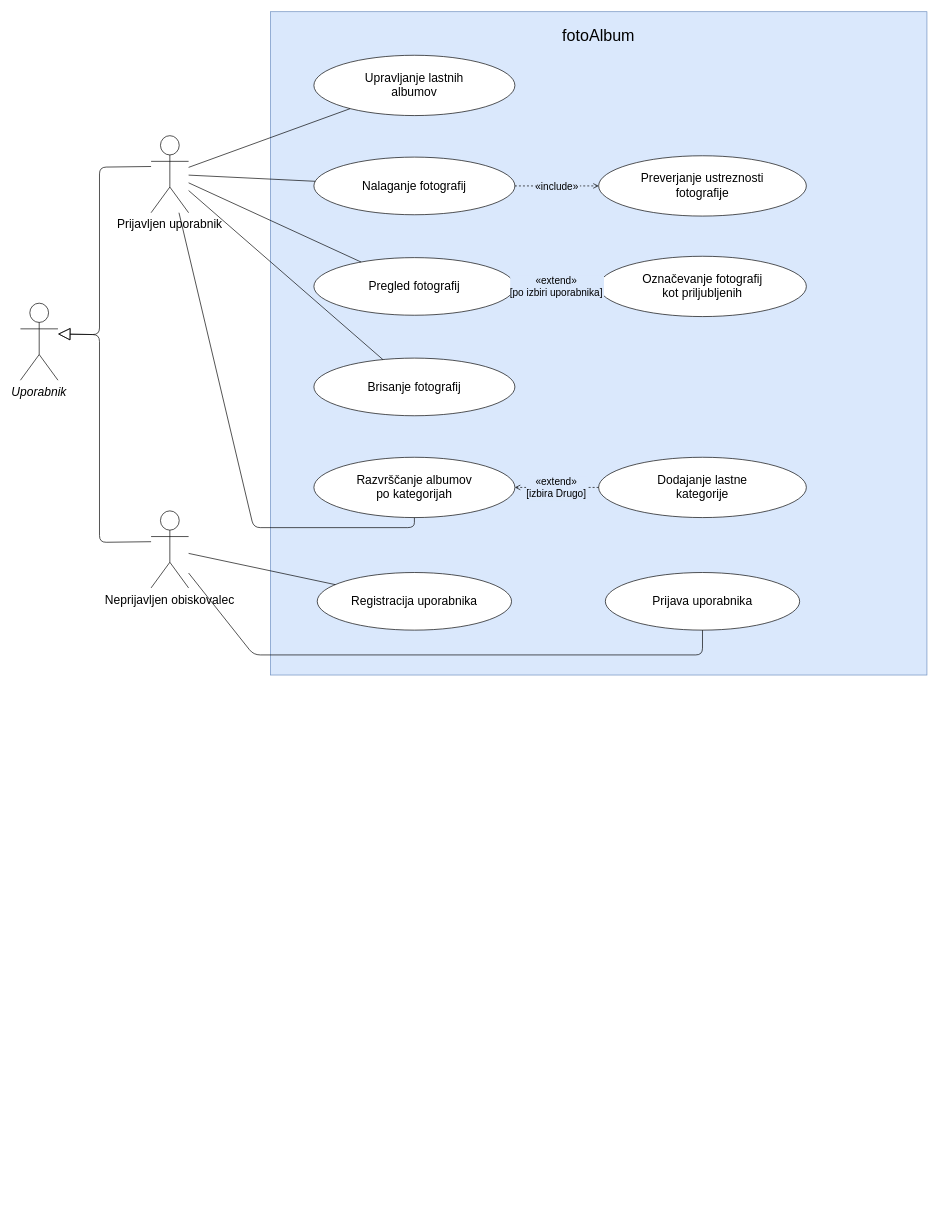
klemenpotocnik/fotoAlbum keeps this draw.io diagram as docs/diagram-primerov-uporabe.drawio. Above is the earlier version. Source tidied: cells renumbered, new cells numbered last; positions are measured from the earlier drawing's top-left corner, leaving out a move shared by most shapes. Both pictures are drawn from the tidied source at 67%, with x=0, y=0 at pixel (20, 11).
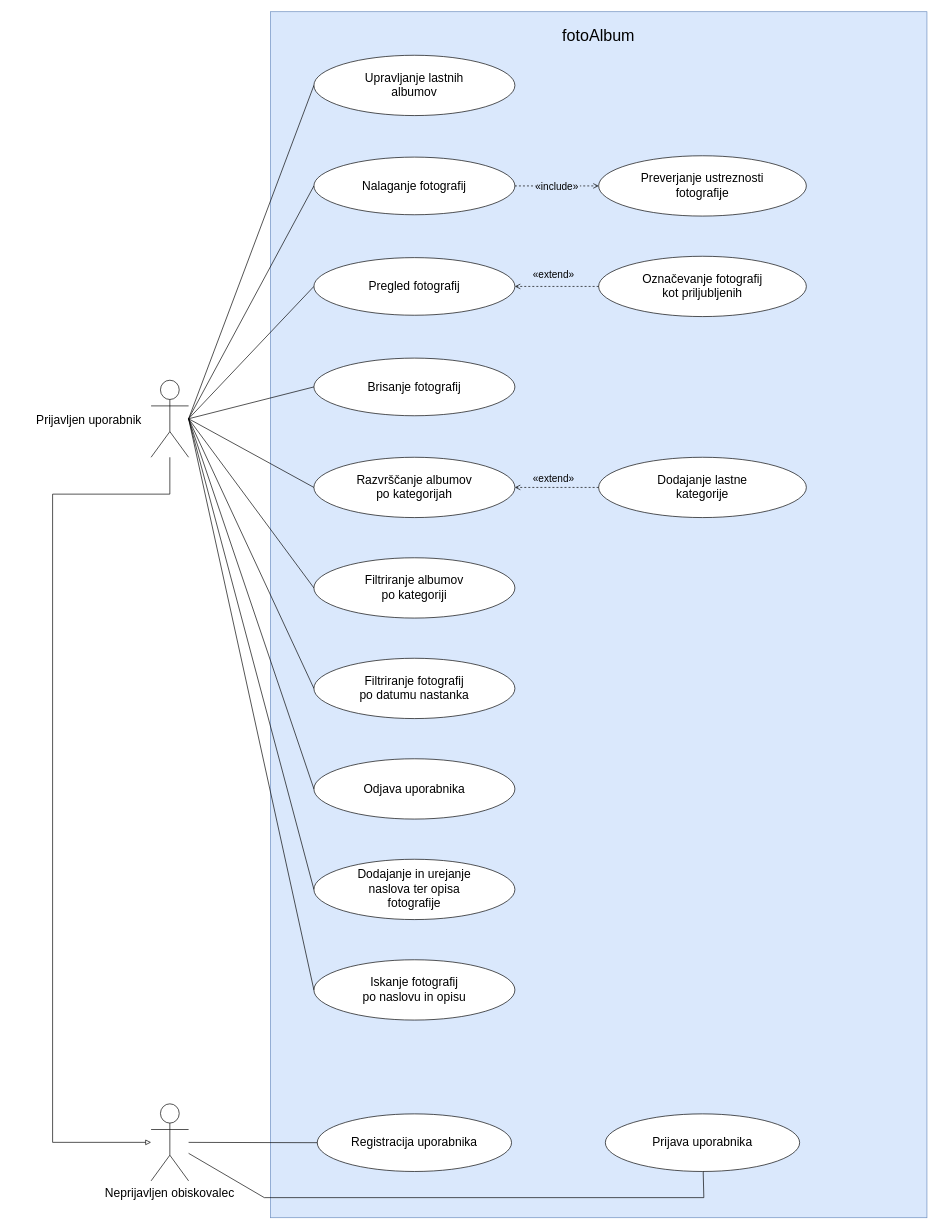
After the change.

Unchanged cells that the change refers to:
```xml
<mxCell id="8" value="Razvrščanje albumov&#10;po kategorijah" style="ellipse;whiteSpace=wrap;html=0;fillColor=#ffffff;strokeColor=#000000;fontSize=18;" parent="1" vertex="1">
  <mxGeometry x="438" y="665" width="300" height="90" as="geometry" />
</mxCell>
<mxCell id="9" value="Upravljanje lastnih&#10;albumov" style="ellipse;whiteSpace=wrap;html=0;fillColor=#ffffff;strokeColor=#000000;fontSize=18;" parent="1" vertex="1">
  <mxGeometry x="438" y="65" width="300" height="90" as="geometry" />
</mxCell>
<mxCell id="10" value="Nalaganje fotografij" style="ellipse;whiteSpace=wrap;html=0;fillColor=#ffffff;strokeColor=#000000;fontSize=18;" parent="1" vertex="1">
  <mxGeometry x="438" y="217" width="300" height="86" as="geometry" />
</mxCell>
<mxCell id="12" value="Pregled fotografij" style="ellipse;whiteSpace=wrap;html=0;fillColor=#ffffff;strokeColor=#000000;fontSize=18;" parent="1" vertex="1">
  <mxGeometry x="438" y="367" width="300" height="86" as="geometry" />
</mxCell>
<mxCell id="13" value="Označevanje fotografij&#10;kot priljubljenih" style="ellipse;whiteSpace=wrap;html=0;fillColor=#ffffff;strokeColor=#000000;fontSize=18;" parent="1" vertex="1">
  <mxGeometry x="863" y="365" width="310" height="90" as="geometry" />
</mxCell>
<mxCell id="14" value="Brisanje fotografij" style="ellipse;whiteSpace=wrap;html=0;fillColor=#ffffff;strokeColor=#000000;fontSize=18;" parent="1" vertex="1">
  <mxGeometry x="438" y="517" width="300" height="86" as="geometry" />
</mxCell>
<mxCell id="15" value="Dodajanje lastne&#10;kategorije" style="ellipse;whiteSpace=wrap;html=0;fillColor=#ffffff;strokeColor=#000000;fontSize=18;" parent="1" vertex="1">
  <mxGeometry x="863" y="665" width="310" height="90" as="geometry" />
</mxCell>
```

Diff of the diagram source:
```diff
@@
     <mxCell id="2" value="fotoAlbum" style="rounded=0;fillColor=#dae8fc;strokeColor=#6c8ebf;verticalAlign=top;align=center;fontSize=24;spacingTop=14;" parent="1" vertex="1">
-      <mxGeometry x="373" width="980" height="990" as="geometry" />
+      <mxGeometry x="373" width="980" height="1800" as="geometry" />
     </mxCell>
-    <mxCell id="3" value="Prijavljen uporabnik" style="shape=umlActor;verticalLabelPosition=bottom;verticalAlign=top;align=center;fontSize=18;" parent="1" vertex="1">
-      <mxGeometry x="195" y="185" width="56" height="115" as="geometry" />
+    <mxCell id="3" value="Prijavljen uporabnik" style="shape=umlActor;verticalLabelPosition=middle;verticalAlign=middle;labelPosition=left;align=right;spacingRight=12;fontSize=18;" parent="1" vertex="1">
+      <mxGeometry x="195" y="550" width="56" height="115" as="geometry" />
     </mxCell>
     <mxCell id="4" value="Neprijavljen obiskovalec" style="shape=umlActor;verticalLabelPosition=bottom;verticalAlign=top;align=center;fontSize=18;" parent="1" vertex="1">
-      <mxGeometry x="195" y="745" width="56" height="115" as="geometry" />
+      <mxGeometry x="195" y="1630" width="56" height="115" as="geometry" />
     </mxCell>
-    <mxCell id="5" value="Uporabnik" style="shape=umlActor;verticalLabelPosition=bottom;verticalAlign=top;align=center;fontSize=18;fontStyle=2;" parent="1" vertex="1">
-      <mxGeometry y="435" width="56" height="115" as="geometry" />
-    </mxCell>
     <mxCell id="6" value="Registracija uporabnika" style="ellipse;whiteSpace=wrap;html=0;fillColor=#ffffff;strokeColor=#000000;fontSize=18;" parent="1" vertex="1">
-      <mxGeometry x="443" y="837" width="290" height="86" as="geometry" />
+      <mxGeometry x="443" y="1645" width="290" height="86" as="geometry" />
     </mxCell>
     <mxCell id="7" value="Prijava uporabnika" style="ellipse;whiteSpace=wrap;html=0;fillColor=#ffffff;strokeColor=#000000;fontSize=18;" parent="1" vertex="1">
-      <mxGeometry x="873" y="837" width="290" height="86" as="geometry" />
+      <mxGeometry x="873" y="1645" width="290" height="86" as="geometry" />
     </mxCell>
@@
-    <mxCell id="16" style="endArrow=none;strokeColor=#000000;fontSize=15;labelBackgroundColor=#dae8fc;" parent="1" edge="1" source="3" target="9">
+    <mxCell id="16" style="endArrow=none;strokeColor=#000000;fontSize=15;labelBackgroundColor=#dae8fc;exitX=1;exitY=0.5;entryX=0;entryY=0.5;" parent="1" edge="1" source="3" target="9">
       <mxGeometry relative="1" as="geometry" />
     </mxCell>
-    <mxCell id="17" style="endArrow=none;strokeColor=#000000;fontSize=15;labelBackgroundColor=#dae8fc;" parent="1" edge="1" source="3" target="10">
+    <mxCell id="17" style="endArrow=none;strokeColor=#000000;fontSize=15;labelBackgroundColor=#dae8fc;exitX=1;exitY=0.5;entryX=0;entryY=0.5;" parent="1" edge="1" source="3" target="10">
       <mxGeometry relative="1" as="geometry" />
     </mxCell>
-    <mxCell id="18" style="endArrow=none;strokeColor=#000000;fontSize=15;labelBackgroundColor=#dae8fc;" parent="1" edge="1" source="3" target="12">
+    <mxCell id="18" style="endArrow=none;strokeColor=#000000;fontSize=15;labelBackgroundColor=#dae8fc;exitX=1;exitY=0.5;entryX=0;entryY=0.5;" parent="1" edge="1" source="3" target="12">
       <mxGeometry relative="1" as="geometry" />
     </mxCell>
-    <mxCell id="19" style="endArrow=none;strokeColor=#000000;fontSize=15;labelBackgroundColor=#dae8fc;" parent="1" edge="1" source="3" target="14">
+    <mxCell id="19" style="endArrow=none;strokeColor=#000000;fontSize=15;labelBackgroundColor=#dae8fc;exitX=1;exitY=0.5;entryX=0;entryY=0.5;" parent="1" edge="1" source="3" target="14">
       <mxGeometry relative="1" as="geometry" />
     </mxCell>
-    <mxCell id="20" style="endArrow=none;strokeColor=#000000;fontSize=15;labelBackgroundColor=#dae8fc;" parent="1" edge="1" source="3" target="8">
-      <mxGeometry relative="1" as="geometry">
-        <Array as="points">
-          <mxPoint x="348" y="770" />
-          <mxPoint x="588" y="770" />
-        </Array>
-      </mxGeometry>
+    <mxCell id="20" style="endArrow=none;strokeColor=#000000;fontSize=15;labelBackgroundColor=#dae8fc;exitX=1;exitY=0.5;entryX=0;entryY=0.5;" parent="1" edge="1" source="3" target="8">
+      <mxGeometry relative="1" as="geometry" />
     </mxCell>
@@
-    <mxCell id="22" style="endArrow=none;strokeColor=#000000;fontSize=15;labelBackgroundColor=#dae8fc;" parent="1" edge="1" source="4" target="7">
+    <mxCell id="22" style="endArrow=none;strokeColor=#000000;fontSize=15;labelBackgroundColor=#dae8fc;rounded=0;curved=0;" parent="1" edge="1" source="4" target="7">
       <mxGeometry relative="1" as="geometry">
         <Array as="points">
-          <mxPoint x="348" y="960" />
-          <mxPoint x="1018" y="960" />
+          <mxPoint x="364" y="1770" />
+          <mxPoint x="1020" y="1770" />
         </Array>
       </mxGeometry>
     </mxCell>
-    <mxCell id="23" style="endArrow=block;endFill=0;endSize=16;exitX=0;exitY=0.4;entryX=1;entryY=0.4;strokeColor=#000000;fontSize=15;labelBackgroundColor=#dae8fc;" parent="1" edge="1" source="3" target="5">
-      <mxGeometry relative="1" as="geometry">
-        <Array as="points">
-          <mxPoint x="118" y="232" />
-          <mxPoint x="118" y="482" />
-        </Array>
-      </mxGeometry>
-    </mxCell>
-    <mxCell id="24" style="endArrow=block;endFill=0;endSize=16;exitX=0;exitY=0.4;entryX=1;entryY=0.4;strokeColor=#000000;fontSize=15;labelBackgroundColor=#dae8fc;" parent="1" edge="1" source="4" target="5">
-      <mxGeometry relative="1" as="geometry">
-        <Array as="points">
-          <mxPoint x="118" y="792" />
-          <mxPoint x="118" y="482" />
-        </Array>
-      </mxGeometry>
-    </mxCell>
@@
-    <mxCell id="26" value="«extend»&#10;[po izbiri uporabnika]" style="endArrow=open;endFill=0;dashed=1;strokeColor=#000000;fontSize=15;labelBackgroundColor=#dae8fc;" parent="1" edge="1" source="13" target="12">
-      <mxGeometry relative="1" as="geometry" />
+    <mxCell id="26" value="«extend»" style="endArrow=open;endFill=0;dashed=1;strokeColor=#000000;fontSize=15;labelBackgroundColor=#dae8fc;" parent="1" edge="1" source="13" target="12">
+      <mxGeometry x="0.07" y="-18" relative="1" as="geometry" />
     </mxCell>
-    <mxCell id="27" value="«extend»&#10;[izbira Drugo]" style="endArrow=open;endFill=0;dashed=1;strokeColor=#000000;fontSize=15;labelBackgroundColor=#dae8fc;" parent="1" edge="1" source="15" target="8">
-      <mxGeometry relative="1" as="geometry" />
+    <mxCell id="27" value="«extend»" style="endArrow=open;endFill=0;dashed=1;strokeColor=#000000;fontSize=15;labelBackgroundColor=#dae8fc;" parent="1" edge="1" source="15" target="8">
+      <mxGeometry x="0.07" y="-14" relative="1" as="geometry" />
     </mxCell>
+    <mxCell id="28" value="Filtriranje albumov&#10;po kategoriji" style="ellipse;whiteSpace=wrap;html=0;fillColor=#ffffff;strokeColor=#000000;fontSize=18;" parent="1" vertex="1">
+      <mxGeometry x="438" y="815" width="300" height="90" as="geometry" />
+    </mxCell>
+    <mxCell id="29" style="endArrow=none;strokeColor=#000000;fontSize=15;labelBackgroundColor=#dae8fc;exitX=1;exitY=0.5;entryX=0;entryY=0.5;" parent="1" edge="1" source="3" target="28">
+      <mxGeometry relative="1" as="geometry" />
+    </mxCell>
+    <mxCell id="30" value="Filtriranje fotografij&#10;po datumu nastanka" style="ellipse;whiteSpace=wrap;html=0;fillColor=#ffffff;strokeColor=#000000;fontSize=18;" parent="1" vertex="1">
+      <mxGeometry x="438" y="965" width="300" height="90" as="geometry" />
+    </mxCell>
+    <mxCell id="31" style="endArrow=none;strokeColor=#000000;fontSize=15;labelBackgroundColor=#dae8fc;exitX=1;exitY=0.5;entryX=0;entryY=0.5;" parent="1" edge="1" source="3" target="30">
+      <mxGeometry relative="1" as="geometry" />
+    </mxCell>
+    <mxCell id="32" value="Odjava uporabnika" style="ellipse;whiteSpace=wrap;html=0;fillColor=#ffffff;strokeColor=#000000;fontSize=18;" parent="1" vertex="1">
+      <mxGeometry x="438" y="1115" width="300" height="90" as="geometry" />
+    </mxCell>
+    <mxCell id="33" style="endArrow=none;strokeColor=#000000;fontSize=15;labelBackgroundColor=#dae8fc;exitX=1;exitY=0.5;entryX=0;entryY=0.5;" parent="1" edge="1" source="3" target="32">
+      <mxGeometry relative="1" as="geometry" />
+    </mxCell>
+    <mxCell id="34" style="endArrow=block;endFill=0;dashed=0;strokeColor=#000000;exitX=0.5;exitY=1;entryX=0;entryY=0.5;rounded=0;" parent="1" edge="1" source="3" target="4">
+      <mxGeometry relative="1" as="geometry">
+        <Array as="points">
+          <mxPoint x="223" y="720" />
+          <mxPoint x="48" y="720" />
+          <mxPoint x="48" y="1687.5" />
+        </Array>
+      </mxGeometry>
+    </mxCell>
+    <mxCell id="35" value="Dodajanje in urejanje&#10;naslova ter opisa&#10;fotografije" style="ellipse;whiteSpace=wrap;html=0;fillColor=#ffffff;strokeColor=#000000;fontSize=18;" parent="1" vertex="1">
+      <mxGeometry x="438" y="1265" width="300" height="90" as="geometry" />
+    </mxCell>
+    <mxCell id="36" style="endArrow=none;strokeColor=#000000;fontSize=15;labelBackgroundColor=#dae8fc;exitX=1;exitY=0.5;entryX=0;entryY=0.5;" parent="1" edge="1" source="3" target="35">
+      <mxGeometry relative="1" as="geometry" />
+    </mxCell>
+    <mxCell id="37" value="Iskanje fotografij&#10;po naslovu in opisu" style="ellipse;whiteSpace=wrap;html=0;fillColor=#ffffff;strokeColor=#000000;fontSize=18;" parent="1" vertex="1">
+      <mxGeometry x="438" y="1415" width="300" height="90" as="geometry" />
+    </mxCell>
+    <mxCell id="38" style="endArrow=none;strokeColor=#000000;fontSize=15;labelBackgroundColor=#dae8fc;exitX=1;exitY=0.5;entryX=0;entryY=0.5;" parent="1" edge="1" source="3" target="37">
+      <mxGeometry relative="1" as="geometry" />
+    </mxCell>
```
